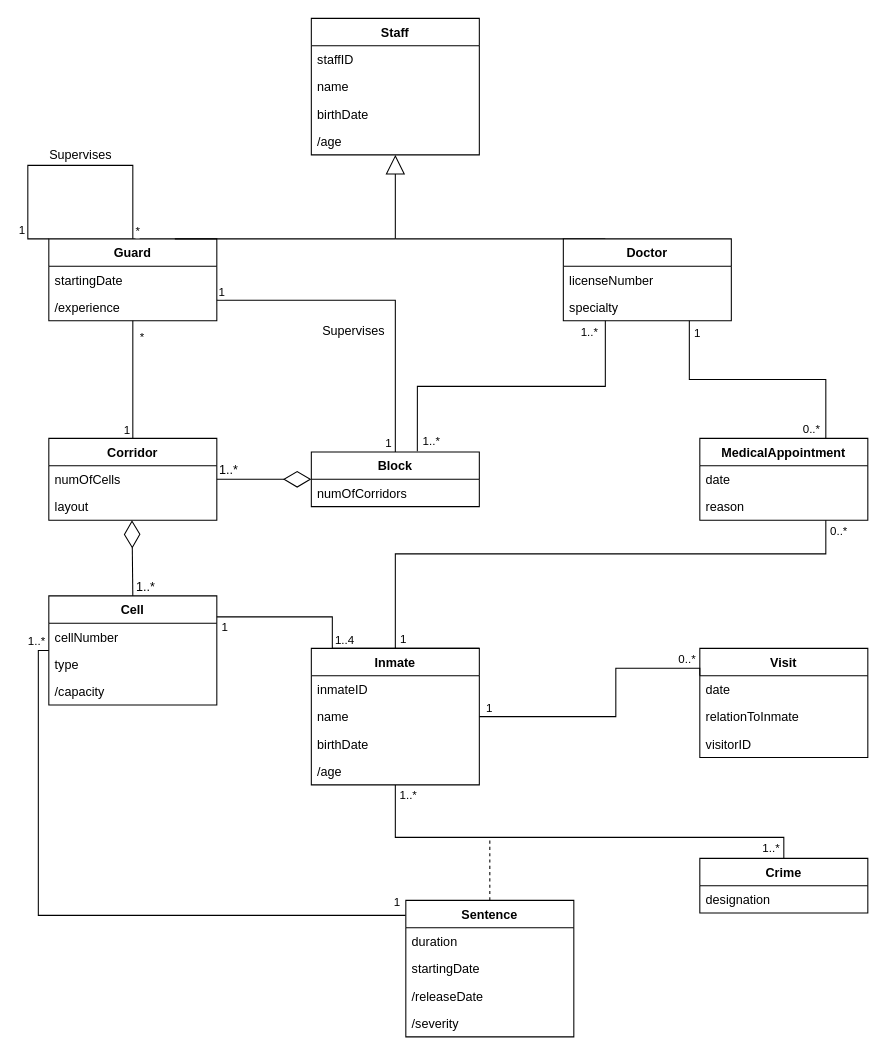
up201706117/BD_PrisonProject keeps this draw.io diagram as Untitled Diagram.drawio. Above is the earlier version. Source tidied: cells renumbered, new cells numbered last; positions are measured from the earlier drawing's top-left corner, leaving out a move shared by most shapes. Both pictures are drawn from the tidied source at 105%, with x=0, y=0 at pixel (27, 18).
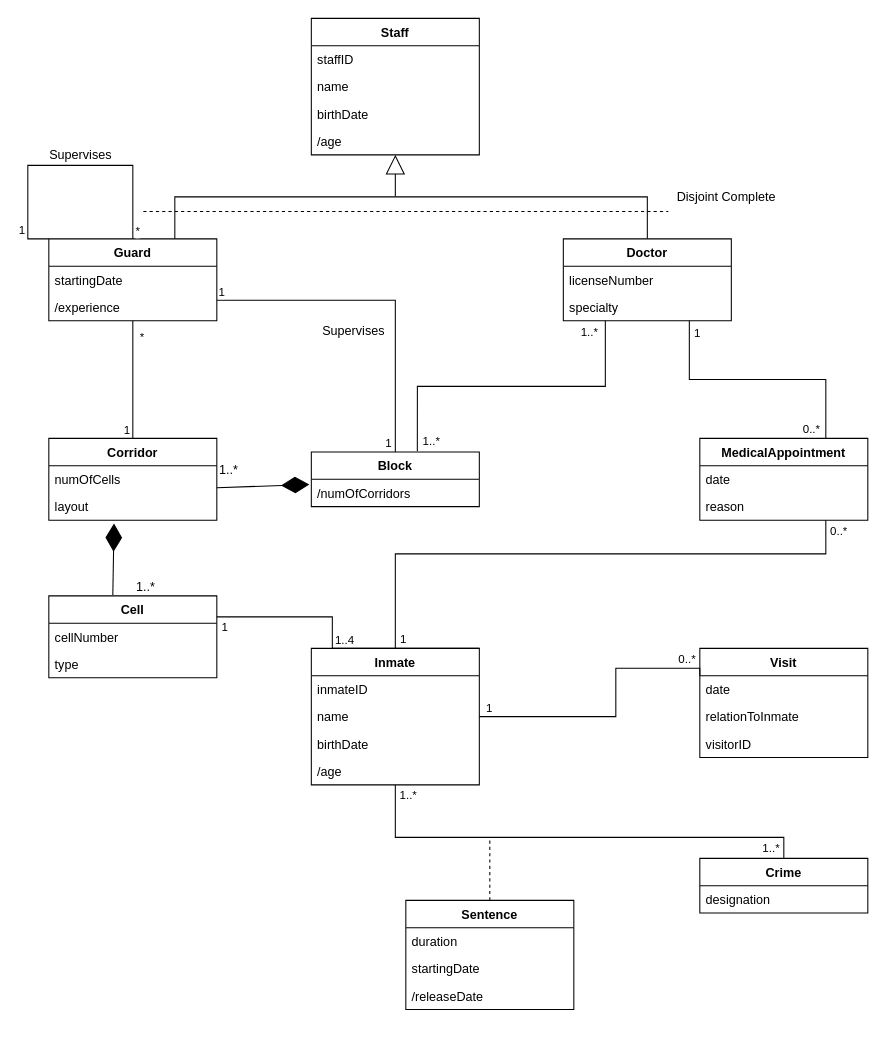
Above is the later version.

Unchanged cells that the change refers to:
```xml
<mxCell id="2" value="Block" style="swimlane;fontStyle=1;align=center;verticalAlign=top;horizontal=1;startSize=26;" parent="1" vertex="1">
  <mxGeometry x="270" y="413" width="160" height="52" as="geometry" />
</mxCell>
<mxCell id="4" value="Corridor" style="swimlane;fontStyle=1;align=center;verticalAlign=top;horizontal=1;startSize=26;" parent="1" vertex="1">
  <mxGeometry x="20" y="400" width="160" height="78" as="geometry" />
</mxCell>
<mxCell id="5" value="numOfCells" style="text;strokeColor=none;fillColor=none;align=left;verticalAlign=top;spacingLeft=4;spacingRight=4;overflow=hidden;points=[[0,0.5],[1,0.5]];portConstraint=eastwest;" parent="4" vertex="1">
  <mxGeometry y="26" width="160" height="26" as="geometry" />
</mxCell>
<mxCell id="6" value="layout" style="text;strokeColor=none;fillColor=none;align=left;verticalAlign=top;spacingLeft=4;spacingRight=4;overflow=hidden;points=[[0,0.5],[1,0.5]];portConstraint=eastwest;" parent="4" vertex="1">
  <mxGeometry y="52" width="160" height="26" as="geometry" />
</mxCell>
<mxCell id="7" value="Guard" style="swimlane;fontStyle=1;align=center;verticalAlign=top;horizontal=1;startSize=26;" parent="1" vertex="1">
  <mxGeometry x="20" y="210" width="160" height="78" as="geometry" />
</mxCell>
<mxCell id="31" value="Staff" style="swimlane;fontStyle=1;align=center;verticalAlign=top;horizontal=1;startSize=26;" parent="1" vertex="1">
  <mxGeometry x="270" width="160" height="130" as="geometry" />
</mxCell>
<mxCell id="69" value="Doctor" style="swimlane;fontStyle=1;align=center;verticalAlign=top;horizontal=1;startSize=26;" parent="1" vertex="1">
  <mxGeometry x="510" y="210" width="160" height="78" as="geometry" />
</mxCell>
```

What changed in the source:
```diff
@@
-    <mxCell id="3" value="numOfCorridors" style="text;strokeColor=none;fillColor=none;align=left;verticalAlign=top;spacingLeft=4;spacingRight=4;overflow=hidden;points=[[0,0.5],[1,0.5]];portConstraint=eastwest;fontStyle=0;" parent="2" vertex="1">
+    <mxCell id="3" value="/numOfCorridors" style="text;strokeColor=none;fillColor=none;align=left;verticalAlign=top;spacingLeft=4;spacingRight=4;overflow=hidden;points=[[0,0.5],[1,0.5]];portConstraint=eastwest;fontStyle=0;" parent="2" vertex="1">
       <mxGeometry y="26" width="160" height="26" as="geometry" />
     </mxCell>
@@
     <mxCell id="19" value="Sentence" style="swimlane;fontStyle=1;align=center;verticalAlign=top;horizontal=1;startSize=26;" parent="1" vertex="1">
-      <mxGeometry x="360" y="840" width="160" height="130" as="geometry" />
+      <mxGeometry x="360" y="840" width="160" height="104" as="geometry" />
     </mxCell>
@@
-    <mxCell id="23" value="/severity " style="text;strokeColor=none;fillColor=none;align=left;verticalAlign=top;spacingLeft=4;spacingRight=4;overflow=hidden;fontStyle=0;" parent="19" vertex="1">
-      <mxGeometry y="104" width="160" height="26" as="geometry" />
-    </mxCell>
@@
     <mxCell id="26" value="Cell" style="swimlane;fontStyle=1;align=center;verticalAlign=top;horizontal=1;startSize=26;" parent="1" vertex="1">
-      <mxGeometry x="20" y="550" width="160" height="104" as="geometry" />
+      <mxGeometry x="20" y="550" width="160" height="78" as="geometry" />
     </mxCell>
@@
-    <mxCell id="29" value="/capacity" style="text;strokeColor=none;fillColor=none;align=left;verticalAlign=top;spacingLeft=4;spacingRight=4;overflow=hidden;" parent="26" vertex="1">
-      <mxGeometry y="78" width="160" height="26" as="geometry" />
-    </mxCell>
-    <mxCell id="30" style="endArrow=none;endSize=16;endFill=0;html=1;rounded=0;strokeColor=#000000;exitX=0.75;exitY=0;exitDx=0;exitDy=0;" parent="1" edge="1" source="7">
+    <mxCell id="30" style="endArrow=none;endSize=16;endFill=0;html=1;rounded=0;strokeColor=#000000;edgeStyle=orthogonalEdgeStyle;exitX=0.75;exitY=0;exitDx=0;exitDy=0;" parent="1" edge="1" source="7">
       <mxGeometry relative="1" as="geometry">
-        <mxPoint x="350" y="210" as="targetPoint" />
+        <mxPoint x="350" y="170" as="targetPoint" />
+        <Array as="points">
+          <mxPoint x="140" y="170" />
+        </Array>
       </mxGeometry>
     </mxCell>
@@
-    <mxCell id="36" style="endArrow=none;endSize=16;endFill=0;html=1;rounded=0;strokeColor=#000000;exitX=0.25;exitY=0;exitDx=0;exitDy=0;" parent="1" edge="1" source="69">
+    <mxCell id="36" style="endArrow=none;endSize=16;endFill=0;html=1;rounded=0;strokeColor=#000000;edgeStyle=orthogonalEdgeStyle;exitX=0.5;exitY=0;exitDx=0;exitDy=0;" parent="1" edge="1" source="69">
       <mxGeometry relative="1" as="geometry">
-        <mxPoint x="350" y="210" as="targetPoint" />
+        <mxPoint x="350" y="170" as="targetPoint" />
+        <Array as="points">
+          <mxPoint x="590" y="170" />
+        </Array>
       </mxGeometry>
     </mxCell>
@@
-    <mxCell id="58" style="endArrow=none;html=1;edgeStyle=orthogonalEdgeStyle;rounded=0;entryX=0;entryY=0.5;entryDx=0;entryDy=0;exitX=-0.002;exitY=0.11;exitDx=0;exitDy=0;exitPerimeter=0;" parent="1" edge="1" source="19" target="26">
-      <mxGeometry relative="1" as="geometry" />
-    </mxCell>
-    <mxCell id="59" value="1" style="edgeLabel;html=1;align=left;verticalAlign=bottom;" parent="58" vertex="1">
-      <mxGeometry x="-1" relative="1" as="geometry">
-        <mxPoint x="-13" y="-4" as="offset" />
-      </mxGeometry>
-    </mxCell>
-    <mxCell id="60" value="1..*" style="edgeLabel;html=1;align=right;verticalAlign=bottom;" parent="58" vertex="1">
-      <mxGeometry x="1" relative="1" as="geometry">
-        <mxPoint x="-3" y="-1" as="offset" />
-      </mxGeometry>
-    </mxCell>
@@
-    <mxCell id="67" style="endArrow=diamondThin;endFill=0;endSize=24;html=1;rounded=0;exitX=1;exitY=0.5;exitDx=0;exitDy=0;" parent="1" edge="1" source="4" target="2">
-      <mxGeometry relative="1" as="geometry" />
-    </mxCell>
-    <mxCell id="68" style="endArrow=diamondThin;endFill=0;endSize=24;html=1;rounded=0;exitX=0.5;exitY=0;exitDx=0;exitDy=0;entryX=0.495;entryY=1;entryDx=0;entryDy=0;entryPerimeter=0;" parent="1" edge="1" source="26" target="6">
-      <mxGeometry relative="1" as="geometry" />
-    </mxCell>
@@
     <mxCell id="80" style="endArrow=block;endSize=16;endFill=0;html=1;rounded=0;entryX=0.5;entryY=1;entryDx=0;entryDy=0;" parent="1" edge="1" target="31">
       <mxGeometry relative="1" as="geometry">
-        <mxPoint x="350" y="210" as="sourcePoint" />
+        <mxPoint x="350" y="170" as="sourcePoint" />
       </mxGeometry>
     </mxCell>
+    <mxCell id="68" style="endArrow=diamondThin;endFill=1;endSize=24;html=1;rounded=0;entryX=0.388;entryY=1.115;entryDx=0;entryDy=0;entryPerimeter=0;exitX=0.381;exitY=-0.01;exitDx=0;exitDy=0;exitPerimeter=0;" parent="1" edge="1" source="26" target="6">
+      <mxGeometry relative="1" as="geometry" />
+    </mxCell>
+    <mxCell id="81" style="endArrow=diamondThin;endFill=1;endSize=24;html=1;rounded=0;entryX=-0.012;entryY=0.192;entryDx=0;entryDy=0;exitX=1;exitY=0.808;exitDx=0;exitDy=0;exitPerimeter=0;entryPerimeter=0;" parent="1" edge="1" source="5" target="3">
+      <mxGeometry relative="1" as="geometry" />
+    </mxCell>
+    <mxCell id="82" style="line;strokeWidth=1;fillColor=none;align=left;verticalAlign=middle;spacingTop=-1;spacingLeft=3;spacingRight=3;labelPosition=right;dashed=1;" parent="1" vertex="1">
+      <mxGeometry x="110" y="180" width="500" height="8" as="geometry" />
+    </mxCell>
+    <mxCell id="83" value="Disjoint Complete" style="text;html=1;align=center;verticalAlign=middle;strokeColor=none;fillColor=none;" parent="1" vertex="1">
+      <mxGeometry x="610" y="160" width="110" height="20" as="geometry" />
+    </mxCell>
```
